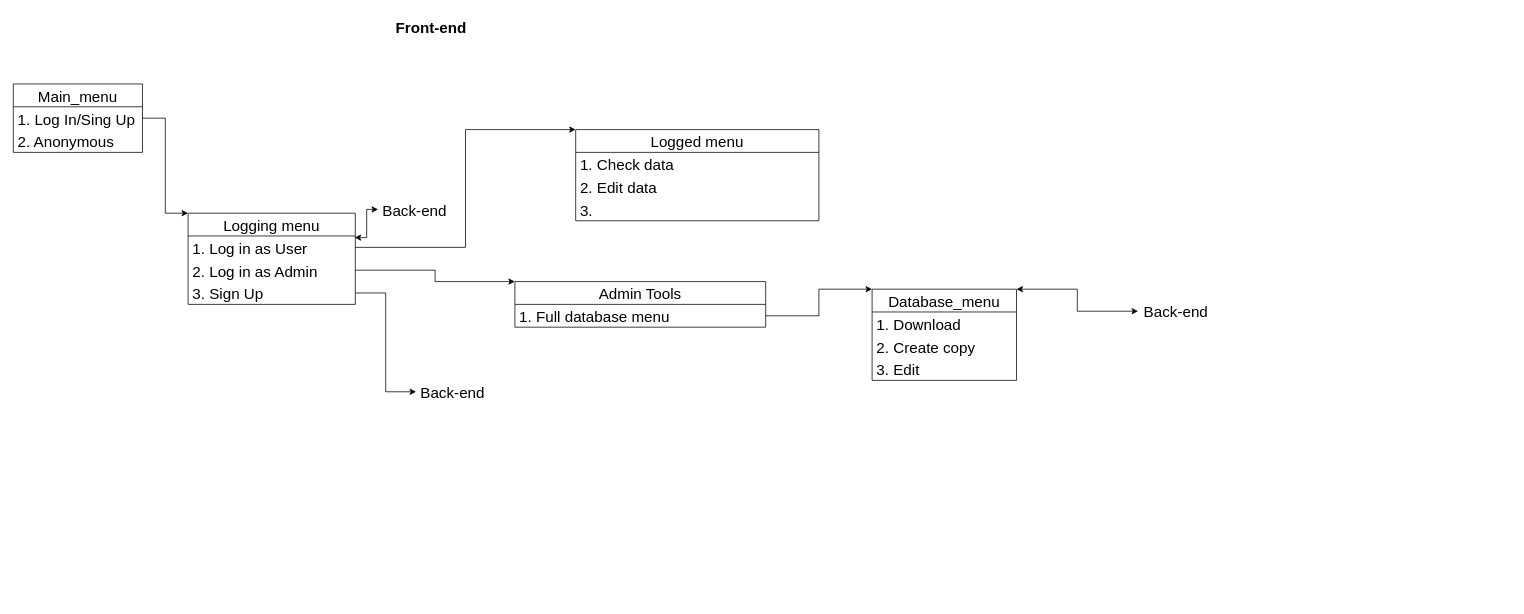
Above: page "Front-end" (1 of 2) of program_proposition.drawio in RadekJedrzejczyk/IiPP_polsl_ilik (draw.io), before the change. Source tidied: cells renumbered, new cells numbered last; positions are measured from the earlier drawing's top-left corner, leaving out a move shared by most shapes. Both pictures are drawn from the tidied source at 76%, with x=0, y=0 at pixel (13, 15).
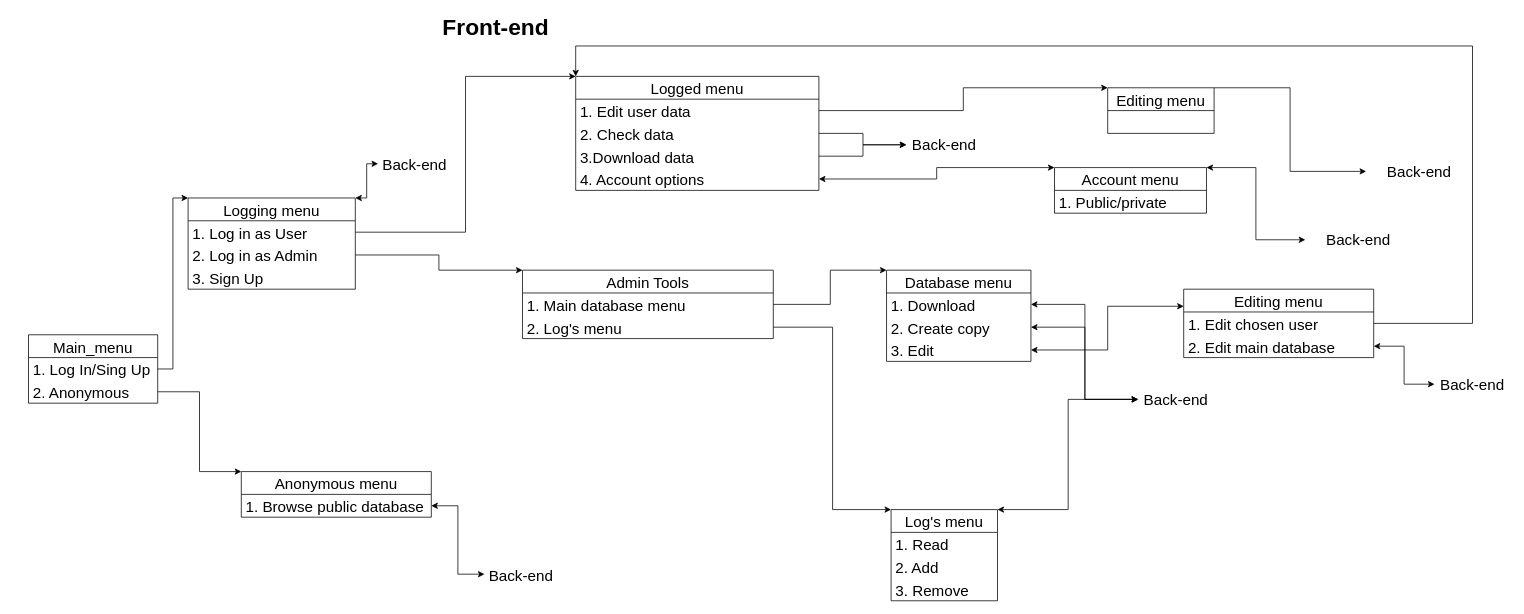
After the change.

Unchanged cells that the change refers to:
```xml
<mxCell id="5" value="2. Anonymous" style="text;strokeColor=none;fillColor=none;align=left;verticalAlign=middle;spacingLeft=4;spacingRight=4;overflow=hidden;points=[[0,0.5],[1,0.5]];portConstraint=eastwest;fontSize=20;" parent="3" vertex="1">
  <mxGeometry y="60" width="170" height="30" as="geometry" />
</mxCell>
<mxCell id="8" value="1. Download" style="text;strokeColor=none;fillColor=none;align=left;verticalAlign=middle;spacingLeft=4;spacingRight=4;overflow=hidden;points=[[0,0.5],[1,0.5]];portConstraint=eastwest;fontSize=20;" parent="7" vertex="1">
  <mxGeometry y="30" width="190" height="30" as="geometry" />
</mxCell>
<mxCell id="9" value="2. Create copy" style="text;strokeColor=none;fillColor=none;align=left;verticalAlign=middle;spacingLeft=4;spacingRight=4;overflow=hidden;points=[[0,0.5],[1,0.5]];portConstraint=eastwest;fontSize=20;" parent="7" vertex="1">
  <mxGeometry y="60" width="190" height="30" as="geometry" />
</mxCell>
<mxCell id="10" value="3. Edit" style="text;strokeColor=none;fillColor=none;align=left;verticalAlign=middle;spacingLeft=4;spacingRight=4;overflow=hidden;points=[[0,0.5],[1,0.5]];portConstraint=eastwest;fontSize=20;" parent="7" vertex="1">
  <mxGeometry y="90" width="190" height="30" as="geometry" />
</mxCell>
<mxCell id="12" value="1. Log in as User" style="text;strokeColor=none;fillColor=none;align=left;verticalAlign=middle;spacingLeft=4;spacingRight=4;overflow=hidden;points=[[0,0.5],[1,0.5]];portConstraint=eastwest;fontSize=20;" parent="11" vertex="1">
  <mxGeometry y="30" width="220" height="30" as="geometry" />
</mxCell>
<mxCell id="14" value="3. Sign Up" style="text;strokeColor=none;fillColor=none;align=left;verticalAlign=middle;spacingLeft=4;spacingRight=4;overflow=hidden;points=[[0,0.5],[1,0.5]];portConstraint=eastwest;fontSize=20;" parent="11" vertex="1">
  <mxGeometry y="90" width="220" height="30" as="geometry" />
</mxCell>
```

What changed in the source:
```diff
@@
-    <mxCell id="2" value="&lt;font style=&quot;font-size: 20px&quot;&gt;&lt;b&gt;Front-end&lt;/b&gt;&lt;/font&gt;" style="text;html=1;strokeColor=none;fillColor=none;align=center;verticalAlign=middle;whiteSpace=wrap;rounded=0;" parent="1" vertex="1">
-      <mxGeometry x="500" width="100" height="30" as="geometry" />
+    <mxCell id="2" value="&lt;font style=&quot;font-size: 30px&quot;&gt;&lt;b&gt;Front-end&lt;/b&gt;&lt;/font&gt;" style="text;html=1;strokeColor=none;fillColor=none;align=center;verticalAlign=middle;whiteSpace=wrap;rounded=0;" parent="1" vertex="1">
+      <mxGeometry x="500" width="270" height="30" as="geometry" />
     </mxCell>
     <mxCell id="3" value="Main_menu" style="swimlane;fontStyle=0;horizontal=1;startSize=30;fontSize=20;" parent="1" vertex="1">
-      <mxGeometry y="90" width="170" height="90" as="geometry" />
+      <mxGeometry x="20" y="420" width="170" height="90" as="geometry" />
     </mxCell>
@@
-    <mxCell id="6" style="edgeStyle=elbowEdgeStyle;rounded=0;jettySize=auto;html=1;exitX=1;exitY=0;exitDx=0;exitDy=0;fontSize=20;startArrow=classic;startFill=1;strokeColor=default;" parent="1" edge="1" source="7" target="20">
-      <mxGeometry relative="1" as="geometry" />
-    </mxCell>
-    <mxCell id="7" value="Database_menu" style="swimlane;fontStyle=0;horizontal=1;startSize=30;fontSize=20;" parent="1" vertex="1">
-      <mxGeometry x="1130" y="360" width="190" height="120" as="geometry" />
+    <mxCell id="7" value="Database menu" style="swimlane;fontStyle=0;horizontal=1;startSize=30;fontSize=20;" parent="1" vertex="1">
+      <mxGeometry x="1149" y="335" width="190" height="120" as="geometry" />
     </mxCell>
@@
     <mxCell id="11" value="Logging menu" style="swimlane;fontStyle=0;horizontal=1;startSize=30;fontSize=20;" parent="1" vertex="1">
-      <mxGeometry x="230" y="260" width="220" height="120" as="geometry" />
+      <mxGeometry x="230" y="240" width="220" height="120" as="geometry" />
     </mxCell>
@@
     <mxCell id="16" value="Admin Tools" style="swimlane;fontStyle=0;horizontal=1;startSize=30;fontSize=20;" parent="1" vertex="1">
-      <mxGeometry x="660" y="350" width="330" height="60" as="geometry" />
+      <mxGeometry x="670" y="335" width="330" height="90" as="geometry" />
     </mxCell>
-    <mxCell id="17" value="1. Full database menu " style="text;strokeColor=none;fillColor=none;align=left;verticalAlign=middle;spacingLeft=4;spacingRight=4;overflow=hidden;points=[[0,0.5],[1,0.5]];portConstraint=eastwest;fontSize=20;" parent="16" vertex="1">
+    <mxCell id="17" value="1. Main database menu " style="text;strokeColor=none;fillColor=none;align=left;verticalAlign=middle;spacingLeft=4;spacingRight=4;overflow=hidden;points=[[0,0.5],[1,0.5]];portConstraint=eastwest;fontSize=20;" parent="16" vertex="1">
       <mxGeometry y="30" width="330" height="30" as="geometry" />
     </mxCell>
+    <mxCell id="30" value="2. Log's menu" style="text;strokeColor=none;fillColor=none;align=left;verticalAlign=middle;spacingLeft=4;spacingRight=4;overflow=hidden;points=[[0,0.5],[1,0.5]];portConstraint=eastwest;sketch=0;fontSize=20;" parent="16" vertex="1">
+      <mxGeometry y="60" width="330" height="30" as="geometry" />
+    </mxCell>
@@
     <mxCell id="20" value="Back-end" style="text;html=1;strokeColor=none;fillColor=none;align=center;verticalAlign=middle;whiteSpace=wrap;rounded=0;fontSize=20;" parent="1" vertex="1">
-      <mxGeometry x="1480" y="374" width="100" height="30" as="geometry" />
+      <mxGeometry x="1480" y="490" width="100" height="30" as="geometry" />
     </mxCell>
-    <mxCell id="21" value="Back-end" style="text;strokeColor=none;fillColor=none;align=left;verticalAlign=middle;spacingLeft=4;spacingRight=4;overflow=hidden;points=[[0,0.5],[1,0.5]];portConstraint=eastwest;sketch=0;fontSize=20;" parent="1" vertex="1">
-      <mxGeometry x="530" y="480" width="100" height="30" as="geometry" />
-    </mxCell>
-    <mxCell id="22" style="edgeStyle=elbowEdgeStyle;rounded=0;jettySize=auto;html=1;exitX=1;exitY=0.5;exitDx=0;exitDy=0;entryX=0;entryY=0.5;entryDx=0;entryDy=0;fontSize=20;startArrow=none;startFill=0;strokeColor=default;" parent="1" edge="1" source="14" target="21">
-      <mxGeometry relative="1" as="geometry" />
-    </mxCell>
     <mxCell id="23" value="Logged menu" style="swimlane;fontStyle=0;horizontal=1;startSize=30;sketch=0;fontSize=20;" parent="1" vertex="1">
-      <mxGeometry x="740" y="150" width="320" height="120" as="geometry" />
+      <mxGeometry x="740" y="80" width="320" height="150" as="geometry" />
     </mxCell>
+    <mxCell id="25" value="1. Edit user data" style="text;strokeColor=none;fillColor=none;align=left;verticalAlign=middle;spacingLeft=4;spacingRight=4;overflow=hidden;points=[[0,0.5],[1,0.5]];portConstraint=eastwest;sketch=0;fontSize=20;" parent="23" vertex="1">
+      <mxGeometry y="30" width="320" height="30" as="geometry" />
+    </mxCell>
-    <mxCell id="24" value="1. Check data" style="text;strokeColor=none;fillColor=none;align=left;verticalAlign=middle;spacingLeft=4;spacingRight=4;overflow=hidden;points=[[0,0.5],[1,0.5]];portConstraint=eastwest;sketch=0;fontSize=20;" parent="23" vertex="1">
-      <mxGeometry y="30" width="320" height="30" as="geometry" />
+    <mxCell id="24" value="2. Check data" style="text;strokeColor=none;fillColor=none;align=left;verticalAlign=middle;spacingLeft=4;spacingRight=4;overflow=hidden;points=[[0,0.5],[1,0.5]];portConstraint=eastwest;sketch=0;fontSize=20;" parent="23" vertex="1">
+      <mxGeometry y="60" width="320" height="30" as="geometry" />
     </mxCell>
-    <mxCell id="25" value="2. Edit data" style="text;strokeColor=none;fillColor=none;align=left;verticalAlign=middle;spacingLeft=4;spacingRight=4;overflow=hidden;points=[[0,0.5],[1,0.5]];portConstraint=eastwest;sketch=0;fontSize=20;" parent="23" vertex="1">
-      <mxGeometry y="60" width="320" height="30" as="geometry" />
-    </mxCell>
-    <mxCell id="26" value="3. " style="text;strokeColor=none;fillColor=none;align=left;verticalAlign=middle;spacingLeft=4;spacingRight=4;overflow=hidden;points=[[0,0.5],[1,0.5]];portConstraint=eastwest;sketch=0;fontSize=20;" parent="23" vertex="1">
+    <mxCell id="26" value="3.Download data" style="text;strokeColor=none;fillColor=none;align=left;verticalAlign=middle;spacingLeft=4;spacingRight=4;overflow=hidden;points=[[0,0.5],[1,0.5]];portConstraint=eastwest;sketch=0;fontSize=20;" parent="23" vertex="1">
       <mxGeometry y="90" width="320" height="30" as="geometry" />
     </mxCell>
+    <mxCell id="31" value="4. Account options" style="text;strokeColor=none;fillColor=none;align=left;verticalAlign=middle;spacingLeft=4;spacingRight=4;overflow=hidden;points=[[0,0.5],[1,0.5]];portConstraint=eastwest;sketch=0;fontSize=20;" parent="23" vertex="1">
+      <mxGeometry y="120" width="320" height="30" as="geometry" />
+    </mxCell>
@@
-    <mxCell id="28" style="edgeStyle=elbowEdgeStyle;rounded=0;jettySize=auto;html=1;exitX=0;exitY=0.5;exitDx=0;exitDy=0;entryX=0.996;entryY=0.072;entryDx=0;entryDy=0;entryPerimeter=0;fontSize=20;startArrow=classic;startFill=1;strokeColor=default;" parent="1" edge="1" source="29" target="12">
+    <mxCell id="28" style="edgeStyle=elbowEdgeStyle;rounded=0;jettySize=auto;html=1;exitX=0;exitY=0.5;exitDx=0;exitDy=0;entryX=1;entryY=0;entryDx=0;entryDy=0;fontSize=20;startArrow=classic;startFill=1;strokeColor=default;" parent="1" edge="1" source="29" target="11">
       <mxGeometry relative="1" as="geometry" />
     </mxCell>
     <mxCell id="29" value="Back-end" style="text;strokeColor=none;fillColor=none;align=left;verticalAlign=middle;spacingLeft=4;spacingRight=4;overflow=hidden;points=[[0,0.5],[1,0.5]];portConstraint=eastwest;sketch=0;fontSize=20;" parent="1" vertex="1">
-      <mxGeometry x="480" y="240" width="100" height="30" as="geometry" />
+      <mxGeometry x="480" y="180" width="100" height="30" as="geometry" />
     </mxCell>
+    <mxCell id="32" style="edgeStyle=elbowEdgeStyle;rounded=0;jettySize=auto;html=1;exitX=1;exitY=0;exitDx=0;exitDy=0;entryX=0;entryY=0.5;entryDx=0;entryDy=0;fontSize=20;startArrow=classic;startFill=1;strokeColor=default;" parent="1" edge="1" source="33" target="20">
+      <mxGeometry relative="1" as="geometry" />
+    </mxCell>
+    <mxCell id="33" value="Log's menu" style="swimlane;fontStyle=0;horizontal=1;startSize=30;sketch=0;fontSize=20;" parent="1" vertex="1">
+      <mxGeometry x="1155" y="650" width="140" height="120" as="geometry" />
+    </mxCell>
+    <mxCell id="34" value="1. Read" style="text;strokeColor=none;fillColor=none;align=left;verticalAlign=middle;spacingLeft=4;spacingRight=4;overflow=hidden;sketch=0;fontSize=20;" parent="33" vertex="1">
+      <mxGeometry y="30" width="140" height="30" as="geometry" />
+    </mxCell>
+    <mxCell id="35" value="2. Add" style="text;strokeColor=none;fillColor=none;align=left;verticalAlign=middle;spacingLeft=4;spacingRight=4;overflow=hidden;sketch=0;fontSize=20;" parent="33" vertex="1">
+      <mxGeometry y="60" width="140" height="30" as="geometry" />
+    </mxCell>
+    <mxCell id="36" value="3. Remove" style="text;strokeColor=none;fillColor=none;align=left;verticalAlign=middle;spacingLeft=4;spacingRight=4;overflow=hidden;sketch=0;fontSize=20;" parent="33" vertex="1">
+      <mxGeometry y="90" width="140" height="30" as="geometry" />
+    </mxCell>
+    <mxCell id="37" style="edgeStyle=elbowEdgeStyle;rounded=0;jettySize=auto;html=1;exitX=1;exitY=0.5;exitDx=0;exitDy=0;entryX=0;entryY=0;entryDx=0;entryDy=0;fontSize=20;startArrow=none;startFill=0;strokeColor=default;" parent="1" edge="1" source="30" target="33">
+      <mxGeometry relative="1" as="geometry" />
+    </mxCell>
+    <mxCell id="38" value="Back-end" style="text;html=1;strokeColor=none;fillColor=none;align=center;verticalAlign=middle;whiteSpace=wrap;rounded=0;fontSize=20;" parent="1" vertex="1">
+      <mxGeometry x="1175" y="155" width="100" height="30" as="geometry" />
+    </mxCell>
+    <mxCell id="39" style="edgeStyle=elbowEdgeStyle;rounded=0;jettySize=auto;html=1;exitX=1;exitY=0.5;exitDx=0;exitDy=0;entryX=0;entryY=0.5;entryDx=0;entryDy=0;fontSize=20;startArrow=none;startFill=0;strokeColor=default;" parent="1" edge="1" source="24" target="38">
+      <mxGeometry relative="1" as="geometry" />
+    </mxCell>
+    <mxCell id="40" style="edgeStyle=elbowEdgeStyle;rounded=0;jettySize=auto;html=1;exitX=1;exitY=0.5;exitDx=0;exitDy=0;fontSize=20;startArrow=none;startFill=0;strokeColor=default;entryX=0;entryY=0.5;entryDx=0;entryDy=0;" parent="1" edge="1" source="26" target="38">
+      <mxGeometry relative="1" as="geometry" />
+    </mxCell>
+    <mxCell id="41" style="edgeStyle=elbowEdgeStyle;rounded=0;jettySize=auto;html=1;exitX=1;exitY=0;exitDx=0;exitDy=0;entryX=0;entryY=0.5;entryDx=0;entryDy=0;fontSize=20;startArrow=none;startFill=0;strokeColor=default;" parent="1" edge="1" source="42" target="44">
+      <mxGeometry relative="1" as="geometry" />
+    </mxCell>
+    <mxCell id="42" value="Editing menu" style="swimlane;fontStyle=0;horizontal=1;startSize=30;sketch=0;fontSize=20;" parent="1" vertex="1">
+      <mxGeometry x="1440" y="95" width="140" height="60" as="geometry" />
+    </mxCell>
+    <mxCell id="43" style="edgeStyle=elbowEdgeStyle;rounded=0;jettySize=auto;html=1;exitX=1;exitY=0.5;exitDx=0;exitDy=0;entryX=0;entryY=0;entryDx=0;entryDy=0;fontSize=20;startArrow=none;startFill=0;strokeColor=default;" parent="1" edge="1" source="25" target="42">
+      <mxGeometry relative="1" as="geometry" />
+    </mxCell>
+    <mxCell id="44" value="Back-end" style="text;html=1;strokeColor=none;fillColor=none;align=center;verticalAlign=middle;whiteSpace=wrap;rounded=0;sketch=0;fontSize=20;" parent="1" vertex="1">
+      <mxGeometry x="1780" y="190" width="140" height="30" as="geometry" />
+    </mxCell>
+    <mxCell id="45" value="Anonymous menu" style="swimlane;fontStyle=0;horizontal=1;startSize=30;sketch=0;fontSize=20;" parent="1" vertex="1">
+      <mxGeometry x="300" y="600" width="250" height="60" as="geometry" />
+    </mxCell>
+    <mxCell id="46" value="1. Browse public database" style="text;strokeColor=none;fillColor=none;align=left;verticalAlign=middle;spacingLeft=4;spacingRight=4;overflow=hidden;points=[[0,0.5],[1,0.5]];portConstraint=eastwest;sketch=0;fontSize=20;" parent="45" vertex="1">
+      <mxGeometry y="30" width="250" height="30" as="geometry" />
+    </mxCell>
+    <mxCell id="47" style="edgeStyle=elbowEdgeStyle;rounded=0;jettySize=auto;html=1;exitX=1;exitY=0.5;exitDx=0;exitDy=0;entryX=0;entryY=0;entryDx=0;entryDy=0;fontSize=20;startArrow=none;startFill=0;strokeColor=default;" parent="1" edge="1" source="5" target="45">
+      <mxGeometry relative="1" as="geometry" />
+    </mxCell>
+    <mxCell id="21" value="Back-end" style="text;strokeColor=none;fillColor=none;align=left;verticalAlign=middle;spacingLeft=4;spacingRight=4;overflow=hidden;points=[[0,0.5],[1,0.5]];portConstraint=eastwest;sketch=0;fontSize=20;" parent="1" vertex="1">
+      <mxGeometry x="620" y="720" width="100" height="30" as="geometry" />
+    </mxCell>
+    <mxCell id="48" style="edgeStyle=elbowEdgeStyle;rounded=0;jettySize=auto;html=1;exitX=1;exitY=0.5;exitDx=0;exitDy=0;entryX=0;entryY=0.5;entryDx=0;entryDy=0;fontSize=20;startArrow=classic;startFill=1;strokeColor=default;" parent="1" edge="1" source="46" target="21">
+      <mxGeometry relative="1" as="geometry" />
+    </mxCell>
+    <mxCell id="49" style="edgeStyle=elbowEdgeStyle;rounded=0;jettySize=auto;html=1;exitX=1;exitY=0;exitDx=0;exitDy=0;entryX=0;entryY=0.5;entryDx=0;entryDy=0;fontSize=20;startArrow=classic;startFill=1;strokeColor=default;" parent="1" edge="1" source="50" target="53">
+      <mxGeometry relative="1" as="geometry" />
+    </mxCell>
+    <mxCell id="50" value="Account menu" style="swimlane;fontStyle=0;horizontal=1;startSize=30;sketch=0;fontSize=20;" parent="1" vertex="1">
+      <mxGeometry x="1370" y="200" width="200" height="60" as="geometry" />
+    </mxCell>
+    <mxCell id="51" value="1. Public/private" style="text;strokeColor=none;fillColor=none;align=left;verticalAlign=middle;spacingLeft=4;spacingRight=4;overflow=hidden;sketch=0;fontSize=20;" parent="50" vertex="1">
+      <mxGeometry y="30" width="200" height="30" as="geometry" />
+    </mxCell>
+    <mxCell id="52" style="edgeStyle=elbowEdgeStyle;rounded=0;jettySize=auto;html=1;exitX=1;exitY=0.5;exitDx=0;exitDy=0;entryX=0;entryY=0;entryDx=0;entryDy=0;fontSize=20;startArrow=classic;startFill=1;strokeColor=default;" parent="1" edge="1" source="31" target="50">
+      <mxGeometry relative="1" as="geometry" />
+    </mxCell>
+    <mxCell id="53" value="Back-end" style="text;html=1;strokeColor=none;fillColor=none;align=center;verticalAlign=middle;whiteSpace=wrap;rounded=0;sketch=0;fontSize=20;" parent="1" vertex="1">
+      <mxGeometry x="1700" y="280" width="140" height="30" as="geometry" />
+    </mxCell>
+    <mxCell id="54" value="Editing menu" style="swimlane;fontStyle=0;horizontal=1;startSize=30;sketch=0;fontSize=20;" parent="1" vertex="1">
+      <mxGeometry x="1540" y="360" width="250" height="90" as="geometry" />
+    </mxCell>
+    <mxCell id="55" value="1. Edit chosen user" style="text;strokeColor=none;fillColor=none;align=left;verticalAlign=middle;spacingLeft=4;spacingRight=4;overflow=hidden;points=[[0,0.5],[1,0.5]];portConstraint=eastwest;sketch=0;fontSize=20;" parent="54" vertex="1">
+      <mxGeometry y="30" width="250" height="30" as="geometry" />
+    </mxCell>
+    <mxCell id="56" value="2. Edit main database" style="text;strokeColor=none;fillColor=none;align=left;verticalAlign=middle;spacingLeft=4;spacingRight=4;overflow=hidden;points=[[0,0.5],[1,0.5]];portConstraint=eastwest;sketch=0;fontSize=20;" parent="54" vertex="1">
+      <mxGeometry y="60" width="250" height="30" as="geometry" />
+    </mxCell>
+    <mxCell id="57" style="edgeStyle=elbowEdgeStyle;rounded=0;jettySize=auto;html=1;exitX=1;exitY=0.5;exitDx=0;exitDy=0;entryX=0;entryY=0.5;entryDx=0;entryDy=0;fontSize=20;startArrow=classic;startFill=1;strokeColor=default;" parent="1" edge="1" source="9" target="20">
+      <mxGeometry relative="1" as="geometry" />
+    </mxCell>
+    <mxCell id="58" style="edgeStyle=elbowEdgeStyle;rounded=0;jettySize=auto;html=1;exitX=1;exitY=0.5;exitDx=0;exitDy=0;entryX=0;entryY=0.5;entryDx=0;entryDy=0;fontSize=20;startArrow=classic;startFill=1;strokeColor=default;" parent="1" edge="1" source="8" target="20">
+      <mxGeometry relative="1" as="geometry" />
+    </mxCell>
+    <mxCell id="59" style="edgeStyle=elbowEdgeStyle;rounded=0;jettySize=auto;html=1;exitX=1;exitY=0.5;exitDx=0;exitDy=0;entryX=0;entryY=0.25;entryDx=0;entryDy=0;fontSize=20;startArrow=classic;startFill=1;strokeColor=default;" parent="1" edge="1" source="10" target="54">
+      <mxGeometry relative="1" as="geometry" />
+    </mxCell>
+    <mxCell id="60" style="edgeStyle=orthogonalEdgeStyle;rounded=0;jettySize=auto;html=1;exitX=1;exitY=0.5;exitDx=0;exitDy=0;entryX=0;entryY=0;entryDx=0;entryDy=0;fontSize=20;startArrow=none;startFill=0;strokeColor=default;" parent="1" edge="1" source="55" target="23">
+      <mxGeometry relative="1" as="geometry">
+        <Array as="points">
+          <mxPoint x="1920" y="405" />
+          <mxPoint x="1920" y="40" />
+          <mxPoint x="740" y="40" />
+        </Array>
+      </mxGeometry>
+    </mxCell>
+    <mxCell id="61" value="Back-end" style="text;html=1;strokeColor=none;fillColor=none;align=center;verticalAlign=middle;whiteSpace=wrap;rounded=0;fontSize=20;" parent="1" vertex="1">
+      <mxGeometry x="1870" y="470" width="100" height="30" as="geometry" />
+    </mxCell>
+    <mxCell id="62" style="edgeStyle=orthogonalEdgeStyle;rounded=0;jettySize=auto;html=1;exitX=1;exitY=0.5;exitDx=0;exitDy=0;entryX=0;entryY=0.5;entryDx=0;entryDy=0;fontSize=20;startArrow=classic;startFill=1;strokeColor=default;" parent="1" edge="1" source="56" target="61">
+      <mxGeometry relative="1" as="geometry" />
+    </mxCell>
```
